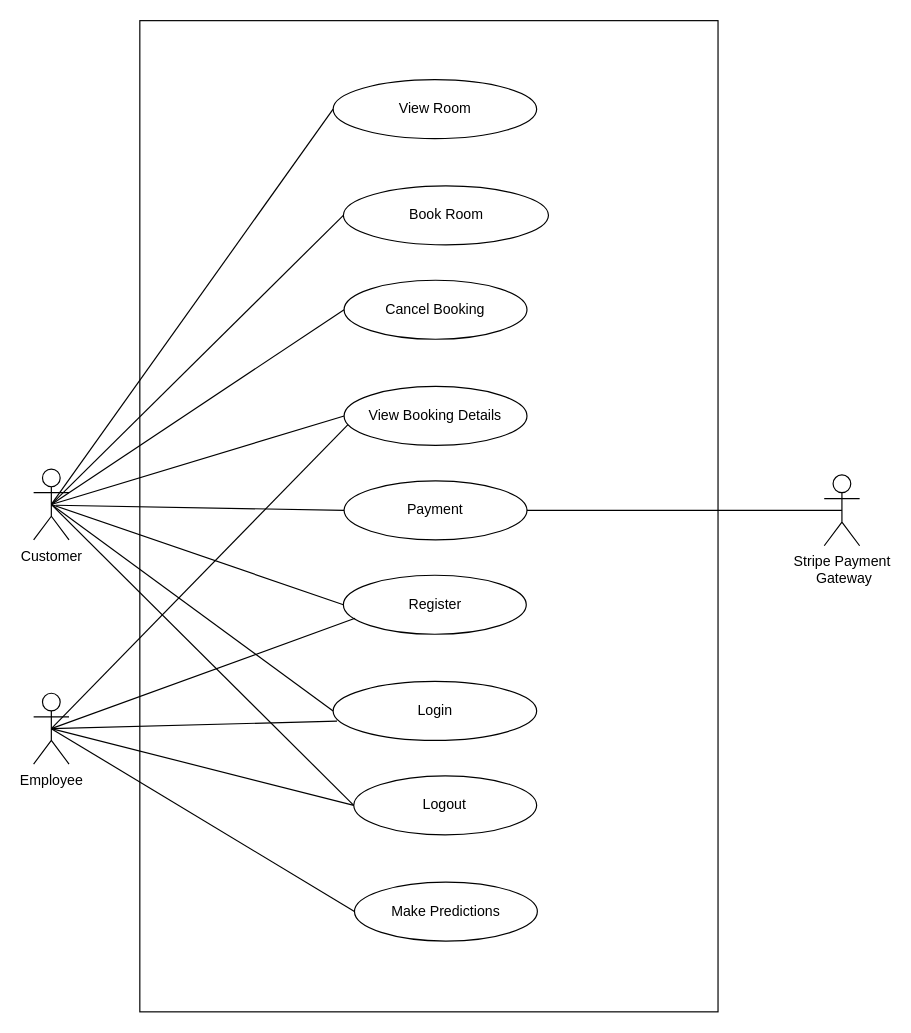
Earlier version of the draw.io diagram Documentation/UCDiagram.drawio (sregmi02/Hotel-Booking-Cancellation-Prediction-System). Source tidied: cells renumbered, new cells numbered last; positions are measured from the earlier drawing's top-left corner, leaving out a move shared by most shapes. Both pictures are drawn from the tidied source at 118%, with x=0, y=0 at pixel (33, 20).
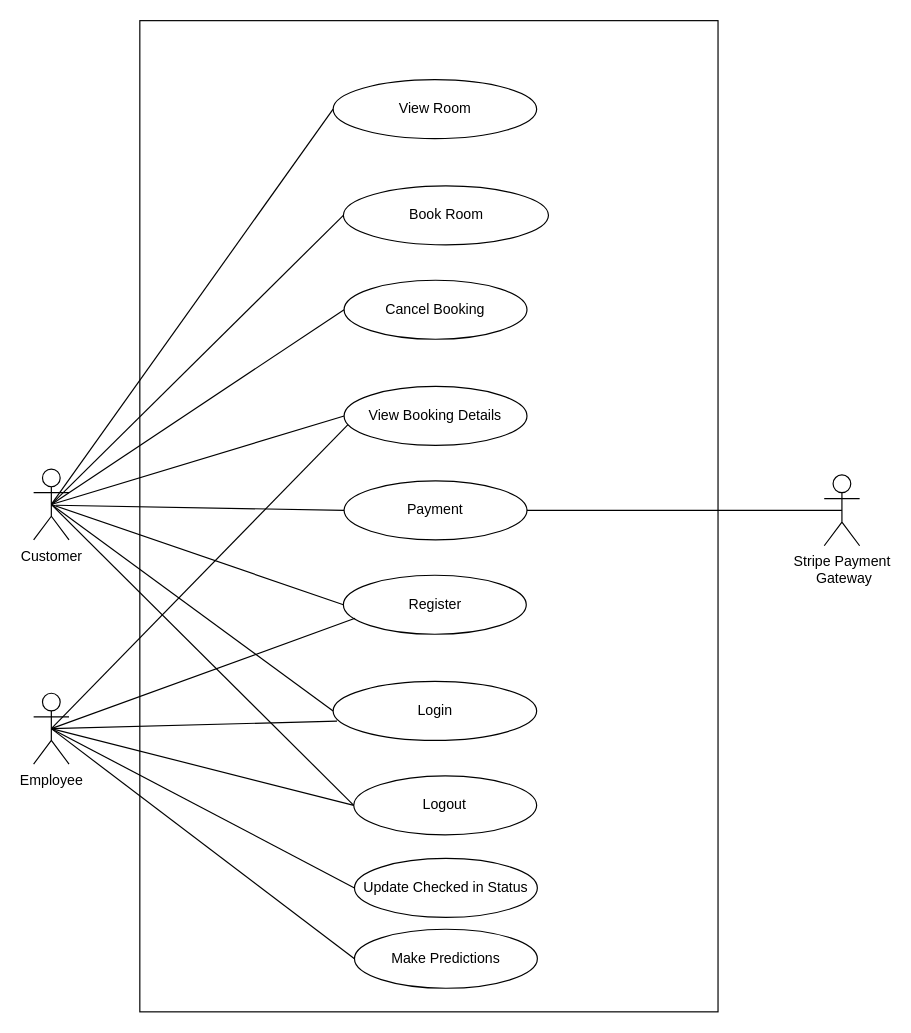
The same page after the edit.

The change refers to these unchanged cells:
```xml
<mxCell id="22" value="Employee" style="shape=umlActor;verticalLabelPosition=bottom;verticalAlign=top;html=1;outlineConnect=0;" parent="1" vertex="1">
  <mxGeometry y="570" width="30" height="60" as="geometry" />
</mxCell>
```

Diff of the diagram source:
```diff
@@
     <mxCell id="4" value="Make Predictions" style="ellipse;whiteSpace=wrap;html=1;" parent="1" vertex="1">
-      <mxGeometry x="271.9" y="730" width="155" height="50" as="geometry" />
+      <mxGeometry x="271.9" y="770" width="155" height="50" as="geometry" />
     </mxCell>
@@
+    <mxCell id="29" value="Update Checked in Status" style="ellipse;whiteSpace=wrap;html=1;" parent="1" vertex="1">
+      <mxGeometry x="271.9" y="710" width="155" height="50" as="geometry" />
+    </mxCell>
+    <mxCell id="30" style="endArrow=none;html=1;rounded=0;entryX=0;entryY=0.5;entryDx=0;entryDy=0;exitX=0.5;exitY=0.5;exitDx=0;exitDy=0;exitPerimeter=0;" parent="1" edge="1" source="22" target="29">
+      <mxGeometry relative="1" as="geometry" />
+    </mxCell>
```
